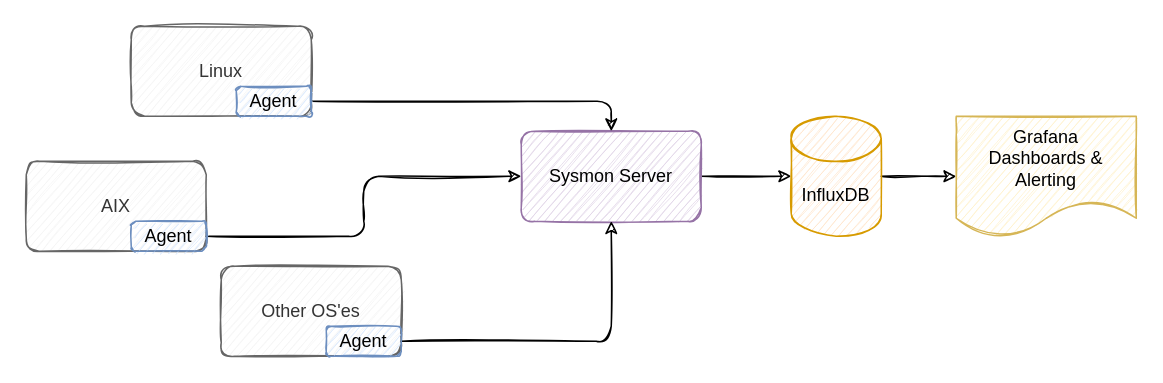
Above: doc/sysmon.drawio in mnellemann/sysmon (draw.io), before the change. Source tidied: cells renumbered, new cells numbered last; positions are measured from the earlier drawing's top-left corner, leaving out a move shared by most shapes. Both pictures are drawn from the tidied source at 150%, with x=0, y=0 at pixel (26, 26).
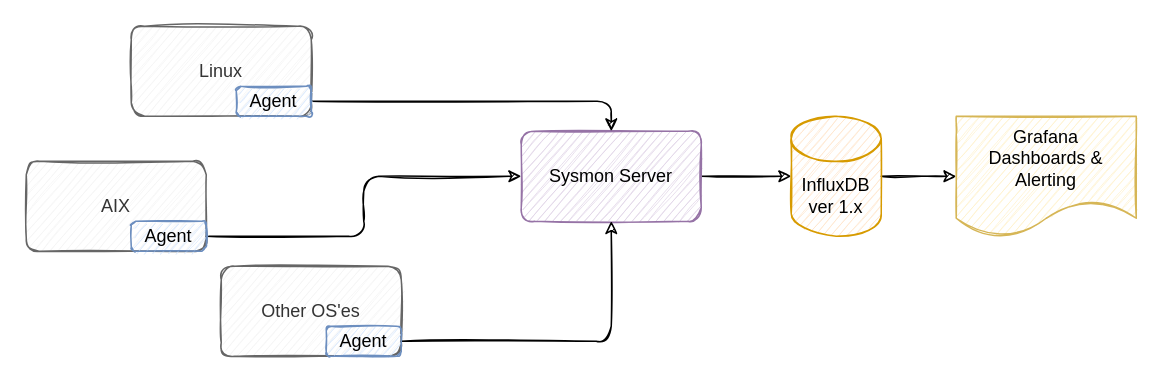
The same diagram, later.

What changed in the source:
```diff
@@
 <mxGraphModel>
   <root>
     <mxCell id="0" />
     <mxCell id="1" parent="0" />
     <mxCell id="2" value="Linux" style="rounded=1;whiteSpace=wrap;html=1;sketch=1;fillColor=#f5f5f5;fontColor=#333333;strokeColor=#666666;" parent="1" vertex="1">
       <mxGeometry x="70" width="120" height="60" as="geometry" />
     </mxCell>
     <mxCell id="3" value="AIX" style="rounded=1;whiteSpace=wrap;html=1;sketch=1;fillColor=#f5f5f5;fontColor=#333333;strokeColor=#666666;" parent="1" vertex="1">
       <mxGeometry y="90" width="120" height="60" as="geometry" />
     </mxCell>
     <mxCell id="4" style="edgeStyle=orthogonalEdgeStyle;rounded=1;jettySize=auto;html=1;sketch=1;" parent="1" edge="1" source="5" target="7">
       <mxGeometry relative="1" as="geometry" />
     </mxCell>
     <mxCell id="5" value="Sysmon Server" style="rounded=1;whiteSpace=wrap;html=1;sketch=1;fillColor=#e1d5e7;strokeColor=#9673a6;" parent="1" vertex="1">
       <mxGeometry x="330" y="70" width="120" height="60" as="geometry" />
     </mxCell>
     <mxCell id="6" style="edgeStyle=orthogonalEdgeStyle;rounded=1;jettySize=auto;html=1;sketch=1;" parent="1" edge="1" source="7" target="8">
       <mxGeometry relative="1" as="geometry" />
     </mxCell>
-    <mxCell id="7" value="InfluxDB" style="shape=cylinder3;whiteSpace=wrap;html=1;boundedLbl=1;backgroundOutline=1;size=15;sketch=1;fillColor=#ffe6cc;strokeColor=#d79b00;" parent="1" vertex="1">
+    <mxCell id="7" value="InfluxDB&lt;br&gt;ver 1.x" style="shape=cylinder3;whiteSpace=wrap;html=1;boundedLbl=1;backgroundOutline=1;size=15;sketch=1;fillColor=#ffe6cc;strokeColor=#d79b00;" parent="1" vertex="1">
       <mxGeometry x="510" y="60" width="60" height="80" as="geometry" />
     </mxCell>
     <mxCell id="8" value="Grafana&lt;br&gt;Dashboards &amp;amp; Alerting" style="shape=document;whiteSpace=wrap;html=1;boundedLbl=1;sketch=1;fillColor=#fff2cc;strokeColor=#d6b656;" parent="1" vertex="1">
       <mxGeometry x="620" y="60" width="120" height="80" as="geometry" />
     </mxCell>
     <mxCell id="9" value="Other OS'es" style="rounded=1;whiteSpace=wrap;html=1;sketch=1;fillColor=#f5f5f5;fontColor=#333333;strokeColor=#666666;" parent="1" vertex="1">
       <mxGeometry x="130" y="160" width="120" height="60" as="geometry" />
     </mxCell>
     <mxCell id="10" style="edgeStyle=orthogonalEdgeStyle;rounded=1;sketch=1;jettySize=auto;html=1;" parent="1" edge="1" source="11" target="5">
       <mxGeometry relative="1" as="geometry" />
     </mxCell>
     <mxCell id="11" value="Agent" style="rounded=1;whiteSpace=wrap;html=1;fillColor=#dae8fc;strokeColor=#6c8ebf;sketch=1;" parent="1" vertex="1">
       <mxGeometry x="140" y="40" width="50" height="20" as="geometry" />
     </mxCell>
     <mxCell id="12" style="edgeStyle=orthogonalEdgeStyle;rounded=1;sketch=1;jettySize=auto;html=1;" parent="1" edge="1" source="13" target="5">
       <mxGeometry relative="1" as="geometry" />
     </mxCell>
     <mxCell id="13" value="Agent" style="rounded=1;whiteSpace=wrap;html=1;fillColor=#dae8fc;strokeColor=#6c8ebf;sketch=1;" parent="1" vertex="1">
       <mxGeometry x="70" y="130" width="50" height="20" as="geometry" />
     </mxCell>
     <mxCell id="14" style="edgeStyle=orthogonalEdgeStyle;rounded=1;sketch=1;jettySize=auto;html=1;" parent="1" edge="1" source="15" target="5">
       <mxGeometry relative="1" as="geometry" />
     </mxCell>
     <mxCell id="15" value="Agent" style="rounded=1;whiteSpace=wrap;html=1;fillColor=#dae8fc;strokeColor=#6c8ebf;sketch=1;" parent="1" vertex="1">
       <mxGeometry x="200" y="200" width="50" height="20" as="geometry" />
     </mxCell>
   </root>
 </mxGraphModel>
```
